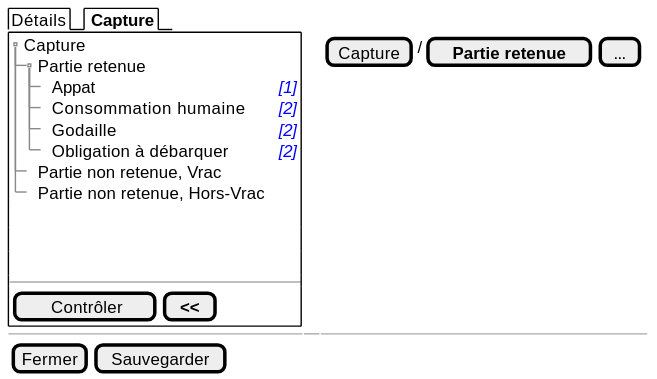
Earlier version of the PlantUML export projects/obsmer/spe/images/batch/batch-tree-PR.svg (sumaris-net/sumaris-doc). Its source is kept beside it as projects/obsmer/spe/images/batch/batch-tree-PR.puml.
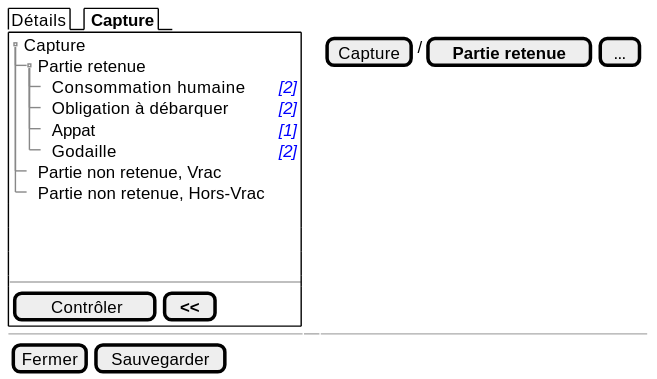
Later version of the same file.

Diff of the diagram source:
```diff
@@ -5,10 +5,10 @@
    {T
        + Capture    | .
        ++ Partie retenue
+       +++ Consommation humaine | <i><color:blue>[2]
+       +++ Obligation à débarquer | <i><color:blue>[2]
        +++ Appat | <i><color:blue>[1]
-       +++ Consommation humaine | <i><color:blue>[2]
        +++ Godaille | <i><color:blue>[2]
-       +++ Obligation à débarquer | <i><color:blue>[2]
        ++ Partie non retenue, Vrac
        ++ Partie non retenue, Hors-Vrac
    }
```
